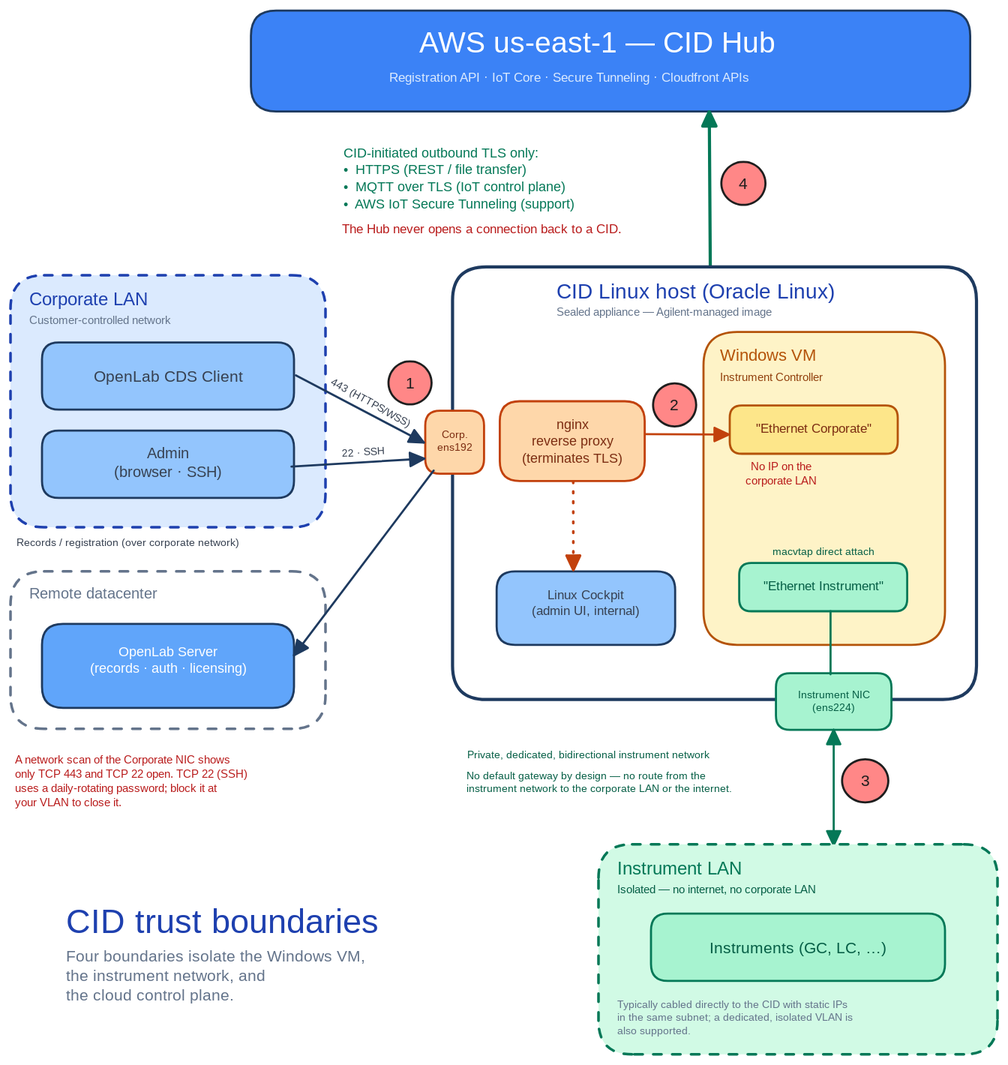
Above: docs/img/trust-boundaries.svg in bheemboy/cid-docs (Excalidraw), before the change. Source tidied: one line per element, renumbered; positions are measured from the earlier drawing's top-left corner, leaving out a move shared by most shapes.
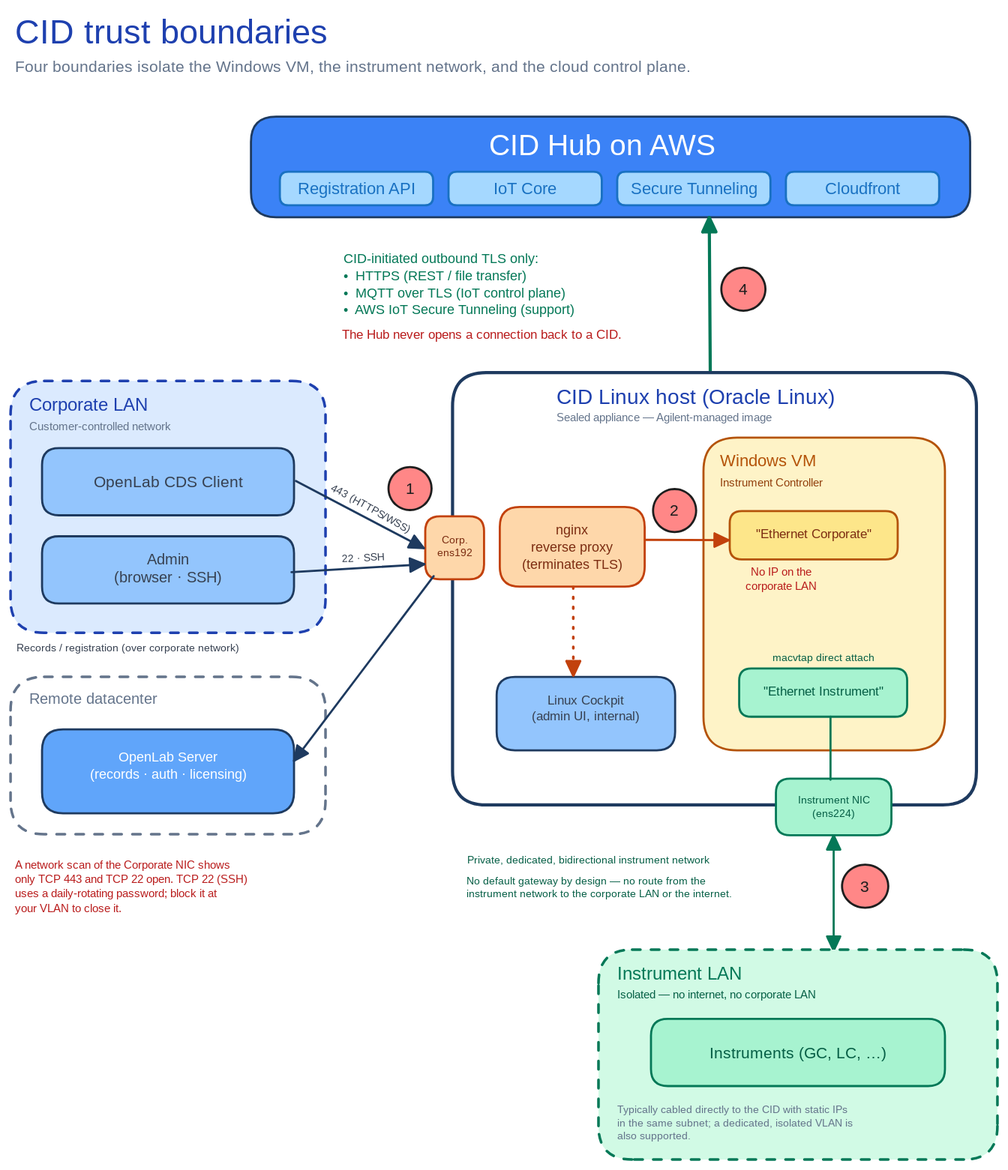
Later version of the same file.

The edit, as a diff of the source:
```diff
@@ -1,8 +1,5 @@
-{"id": 0, "type": "text", "text": "CID trust boundaries", "strokeColor": "#1e40af", "strokeWidth": 1, "roughness": 0, "fontSize": 32, "fontFamily": 3, "x": 53, "y": 847, "width": 375, "height": 40}
-{"id": 1, "type": "text", "text": "Four boundaries isolate the Windows VM, \nthe instrument network, and \nthe cloud control plane.", "strokeColor": "#64748b", "strokeWidth": 1, "roughness": 0, "fontSize": 15, "fontFamily": 3, "x": 53, "y": 891, "width": 352, "height": 56}
 {"id": 2, "type": "rectangle", "strokeColor": "#1e3a5f", "backgroundColor": "#3b82f6", "fillStyle": "solid", "strokeWidth": 2, "roughness": 0, "round": true, "x": 229, "y": 0, "width": 685, "height": 96}
-{"id": 3, "type": "text", "text": "AWS us-east-1 — CID Hub", "strokeColor": "#ffffff", "strokeWidth": 1, "roughness": 0, "fontSize": 28, "fontFamily": 3, "x": 389, "y": 13, "width": 377, "height": 35}
+{"id": 3, "type": "text", "text": "CID Hub on AWS", "strokeColor": "#ffffff", "strokeWidth": 1, "roughness": 0, "fontSize": 28, "fontFamily": 3, "x": 456, "y": 10, "width": 230, "height": 35}
-{"id": 4, "type": "text", "text": "Registration API · IoT Core · Secure Tunneling · Cloudfront APIs", "strokeColor": "#dbeafe", "strokeWidth": 1, "roughness": 0, "fontSize": 12, "fontFamily": 3, "x": 361, "y": 56, "width": 450, "height": 15}
 {"id": 5, "type": "text", "text": "CID-initiated outbound TLS only:\n•  HTTPS (REST / file transfer)\n•  MQTT over TLS (IoT control plane)\n•  AWS IoT Secure Tunneling (support)", "strokeColor": "#047857", "strokeWidth": 1, "roughness": 0, "fontSize": 13, "fontFamily": 3, "x": 317, "y": 127, "width": 400, "height": 92}
 {"id": 6, "type": "text", "text": "The Hub never opens a connection back to a CID.", "strokeColor": "#b91c1c", "strokeWidth": 1, "roughness": 0, "fontSize": 12, "fontFamily": 3, "x": 316, "y": 200, "width": 440, "height": 18}
 {"id": 7, "type": "arrow", "strokeColor": "#047857", "strokeWidth": 3, "roughness": 0, "endArrowhead": "triangle", "from": 22, "to": 2, "x": 666, "y": 243, "width": 1, "height": 147, "points": [[0, 0], [-1, -147]]}
@@ -64,3 +61,13 @@
 {"id": 63, "type": "text", "text": "A network scan of the Corporate NIC shows\nonly TCP 443 and TCP 22 open. TCP 22 (SSH)\nuses a daily-rotating password; block it at\nyour VLAN to close it.", "strokeColor": "#b91c1c", "strokeWidth": 1, "roughness": 0, "fontSize": 11, "fontFamily": 3, "x": 4, "y": 706, "width": 310, "height": 72}
 {"id": 64, "type": "text", "text": "No default gateway by design — no route from the\ninstrument network to the corporate LAN or the internet.", "strokeColor": "#065f46", "strokeWidth": 1, "roughness": 0, "fontSize": 10, "fontFamily": 3, "x": 434, "y": 722, "width": 328, "height": 25}
 {"id": 65, "type": "arrow", "strokeColor": "#c2410c", "strokeWidth": 2, "strokeStyle": "dotted", "roughness": 0, "endArrowhead": "triangle", "from": 26, "to": 28, "x": 536, "y": 448, "width": 0, "height": 84, "points": [[0, 0], [0, 84]]}
+{"id": 66, "type": "rectangle", "strokeColor": "#1971c2", "backgroundColor": "#a5d8ff", "fillStyle": "solid", "strokeWidth": 2, "roughness": 0, "round": true, "x": 256, "y": 52, "width": 146, "height": 32}
+{"id": 67, "type": "text", "text": "Registration API", "strokeColor": "#1971c2", "strokeWidth": 2, "roughness": 0, "fontSize": 16, "fontFamily": 6, "textAlign": "center", "verticalAlign": "middle", "inside": 66, "x": 270, "y": 58, "width": 118, "height": 22}
+{"id": 68, "type": "rectangle", "strokeColor": "#1971c2", "backgroundColor": "#a5d8ff", "fillStyle": "solid", "strokeWidth": 2, "roughness": 0, "round": true, "x": 417, "y": 52, "width": 146, "height": 32}
+{"id": 69, "type": "text", "text": "IoT Core", "strokeColor": "#1971c2", "strokeWidth": 2, "roughness": 0, "fontSize": 16, "fontFamily": 6, "textAlign": "center", "verticalAlign": "middle", "inside": 68, "x": 460, "y": 58, "width": 61, "height": 22}
+{"id": 70, "type": "rectangle", "strokeColor": "#1971c2", "backgroundColor": "#a5d8ff", "fillStyle": "solid", "strokeWidth": 2, "roughness": 0, "round": true, "x": 578, "y": 52, "width": 146, "height": 32}
+{"id": 71, "type": "text", "text": "Secure Tunneling", "strokeColor": "#1971c2", "strokeWidth": 2, "roughness": 0, "fontSize": 16, "fontFamily": 6, "textAlign": "center", "verticalAlign": "middle", "inside": 70, "x": 588, "y": 58, "width": 125, "height": 22}
+{"id": 72, "type": "rectangle", "strokeColor": "#1971c2", "backgroundColor": "#a5d8ff", "fillStyle": "solid", "strokeWidth": 2, "roughness": 0, "round": true, "x": 738, "y": 52, "width": 146, "height": 32}
+{"id": 73, "type": "text", "text": "Cloudfront", "strokeColor": "#1971c2", "strokeWidth": 2, "roughness": 0, "fontSize": 16, "fontFamily": 6, "textAlign": "center", "verticalAlign": "middle", "inside": 72, "x": 773, "y": 58, "width": 78, "height": 22}
+{"id": 0, "type": "text", "text": "CID trust boundaries", "strokeColor": "#1e40af", "strokeWidth": 1, "roughness": 0, "fontSize": 32, "fontFamily": 3, "x": 4, "y": -101, "width": 375, "height": 40}
+{"id": 1, "type": "text", "text": "Four boundaries isolate the Windows VM, the instrument network, and the cloud control plane.", "strokeColor": "#64748b", "strokeWidth": 1, "roughness": 0, "fontSize": 15, "fontFamily": 3, "x": 4, "y": -57, "width": 816, "height": 19}
```
